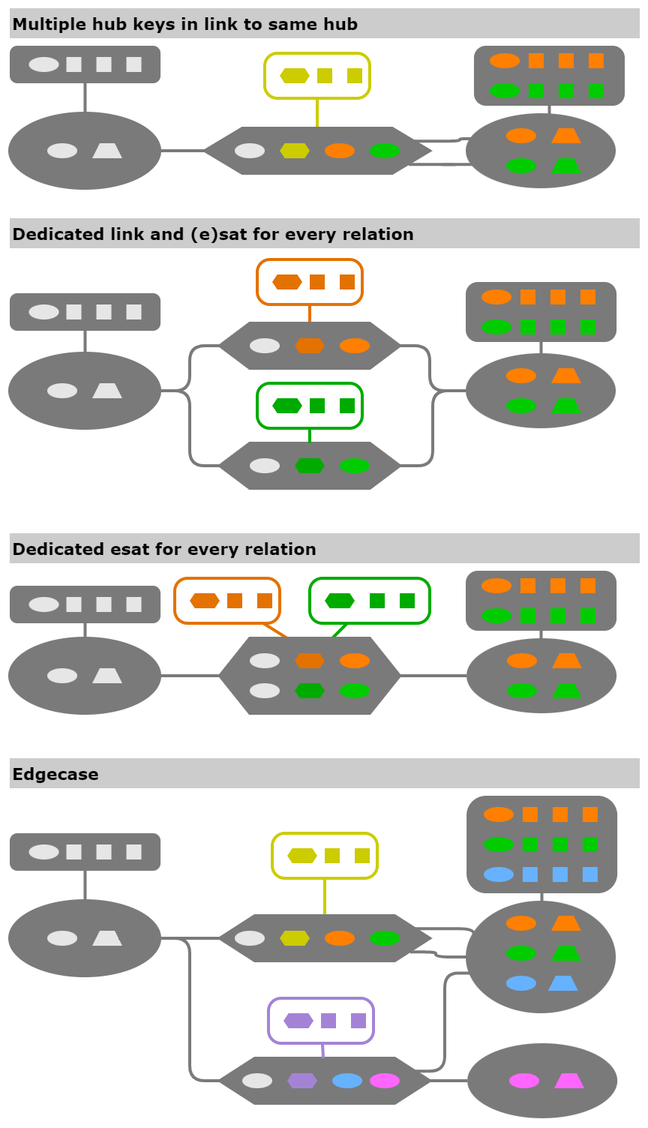
The draw.io diagram documentation/images/mapping_relations/relation_conclusions.png in cimt-ag/data_vault_pipelinedescription, before a commit. Source tidied: cells renumbered, new cells last; positions are measured from the earlier drawing's top-left corner, leaving out a move shared by most shapes.
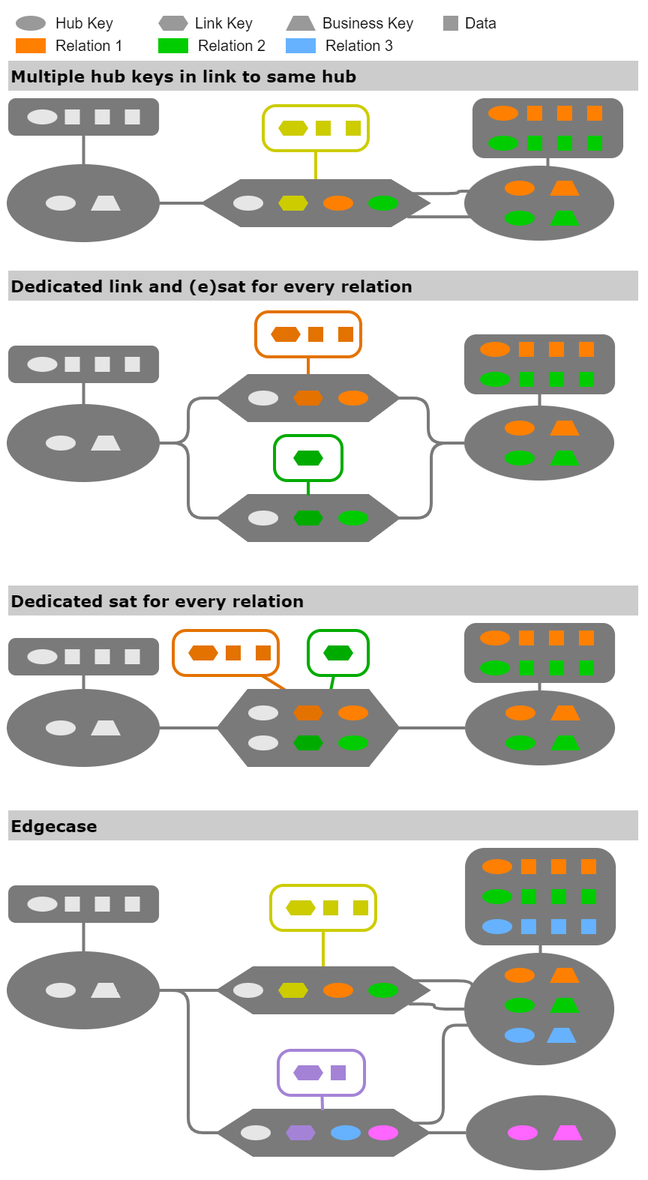
After the change.

Diff of the diagram source:
```diff
@@ -27,12 +27,12 @@
       <mxGeometry relative="1" as="geometry" />
     </mxCell>
     <mxCell id="10" style="rounded=1;whiteSpace=wrap;html=1;strokeColor=#00AB00;fillColor=none;strokeWidth=2;arcSize=28;" parent="1" vertex="1">
-      <mxGeometry x="200" y="380" width="80" height="30" as="geometry" />
+      <mxGeometry x="200" y="380" width="40" height="30" as="geometry" />
     </mxCell>
     <mxCell id="11" style="shape=trapezoid;perimeter=trapezoidPerimeter;whiteSpace=wrap;html=1;fixedSize=1;fillColor=#FF8000;strokeColor=none;rounded=1;strokeWidth=2;arcSize=0;size=5;" parent="1" vertex="1">
       <mxGeometry x="361.5" y="430" width="20" height="10" as="geometry" />
     </mxCell>
-    <mxCell id="12" style="verticalLabelPosition=middle;verticalAlign=middle;html=1;shape=hexagon;perimeter=hexagonPerimeter2;arcSize=0;size=0.16666666666666666;fillColor=#E37200;strokeColor=none;strokeWidth=2;labelPosition=center;align=center;rounded=1;" parent="1" vertex="1">
+    <mxCell id="12" style="verticalLabelPosition=middle;verticalAlign=middle;html=1;shape=hexagon;perimeter=hexagonPerimeter2;arcSize=0;size=0.16666666666666666;fillColor=#E37200;strokeColor=none;strokeWidth=2;labelPosition=center;align=center;rounded=1;gradientColor=none;gradientDirection=west;" parent="1" vertex="1">
       <mxGeometry x="120" y="390" width="20" height="10" as="geometry" />
     </mxCell>
     <mxCell id="13" style="verticalLabelPosition=middle;verticalAlign=middle;html=1;shape=hexagon;perimeter=hexagonPerimeter2;arcSize=0;size=0.16666666666666666;fillColor=#00AB00;strokeColor=none;strokeWidth=2;labelPosition=center;align=center;rounded=1;" parent="1" vertex="1">
@@ -71,7 +71,7 @@
     <mxCell id="24" style="ellipse;whiteSpace=wrap;html=1;fillColor=#FF8000;strokeColor=none;rounded=1;strokeWidth=2;arcSize=28;" parent="1" vertex="1">
       <mxGeometry x="220" y="430" width="20" height="10" as="geometry" />
     </mxCell>
-    <mxCell id="25" style="verticalLabelPosition=middle;verticalAlign=middle;html=1;shape=hexagon;perimeter=hexagonPerimeter2;arcSize=0;size=0.16666666666666666;fillColor=#E37200;strokeColor=none;strokeWidth=2;labelPosition=center;align=center;rounded=1;" parent="1" vertex="1">
+    <mxCell id="25" style="verticalLabelPosition=middle;verticalAlign=middle;html=1;shape=hexagon;perimeter=hexagonPerimeter2;arcSize=0;size=0.16666666666666666;fillColor=#E37200;strokeColor=none;strokeWidth=2;labelPosition=center;align=center;rounded=1;gradientColor=none;gradientDirection=west;" parent="1" vertex="1">
       <mxGeometry x="190" y="430" width="20" height="10" as="geometry" />
     </mxCell>
     <mxCell id="26" style="ellipse;whiteSpace=wrap;html=1;fillColor=#E6E6E6;strokeColor=none;rounded=1;strokeWidth=2;arcSize=28;" parent="1" vertex="1">
@@ -101,16 +101,16 @@
       <mxGeometry relative="1" as="geometry" />
     </mxCell>
     <mxCell id="33" style="rounded=1;whiteSpace=wrap;html=1;strokeColor=#00AB00;fillColor=none;strokeWidth=2;arcSize=28;" parent="1" vertex="1">
-      <mxGeometry x="165" y="250" width="70" height="30" as="geometry" />
+      <mxGeometry x="177.5" y="250" width="45" height="30" as="geometry" />
     </mxCell>
     <mxCell id="34" style="shape=trapezoid;perimeter=trapezoidPerimeter;whiteSpace=wrap;html=1;fixedSize=1;fillColor=#FF8000;strokeColor=none;rounded=1;strokeWidth=2;arcSize=0;size=5;" parent="1" vertex="1">
       <mxGeometry x="360.9" y="240" width="20" height="10" as="geometry" />
     </mxCell>
-    <mxCell id="35" style="verticalLabelPosition=middle;verticalAlign=middle;html=1;shape=hexagon;perimeter=hexagonPerimeter2;arcSize=0;size=0.16666666666666666;fillColor=#E37200;strokeColor=none;strokeWidth=2;labelPosition=center;align=center;rounded=1;" parent="1" vertex="1">
+    <mxCell id="35" style="verticalLabelPosition=middle;verticalAlign=middle;html=1;shape=hexagon;perimeter=hexagonPerimeter2;arcSize=0;size=0.16666666666666666;fillColor=#E37200;strokeColor=none;strokeWidth=2;labelPosition=center;align=center;rounded=0;gradientColor=none;gradientDirection=west;fontSize=11;" parent="1" vertex="1">
       <mxGeometry x="175" y="177.5" width="20" height="10" as="geometry" />
     </mxCell>
     <mxCell id="36" style="verticalLabelPosition=middle;verticalAlign=middle;html=1;shape=hexagon;perimeter=hexagonPerimeter2;arcSize=0;size=0.16666666666666666;fillColor=#00AB00;strokeColor=none;strokeWidth=2;labelPosition=center;align=center;rounded=1;" parent="1" vertex="1">
-      <mxGeometry x="175" y="260" width="20" height="10" as="geometry" />
+      <mxGeometry x="190" y="260" width="20" height="10" as="geometry" />
     </mxCell>
     <mxCell id="37" style="ellipse;whiteSpace=wrap;html=1;fillColor=#FF8000;strokeColor=none;rounded=1;strokeWidth=2;arcSize=28;" parent="1" vertex="1">
       <mxGeometry x="330.9" y="240" width="20" height="10" as="geometry" />
@@ -141,7 +141,7 @@
     <mxCell id="44" style="ellipse;whiteSpace=wrap;html=1;fillColor=#FF8000;strokeColor=none;rounded=1;strokeWidth=2;arcSize=28;" parent="1" vertex="1">
       <mxGeometry x="220" y="220" width="20" height="10" as="geometry" />
     </mxCell>
-    <mxCell id="45" style="verticalLabelPosition=middle;verticalAlign=middle;html=1;shape=hexagon;perimeter=hexagonPerimeter2;arcSize=0;size=0.16666666666666666;fillColor=#E37200;strokeColor=none;strokeWidth=2;labelPosition=center;align=center;rounded=1;" parent="1" vertex="1">
+    <mxCell id="45" style="verticalLabelPosition=middle;verticalAlign=middle;html=1;shape=hexagon;perimeter=hexagonPerimeter2;arcSize=0;size=0.16666666666666666;fillColor=#E37200;strokeColor=none;strokeWidth=2;labelPosition=center;align=center;rounded=1;gradientColor=none;gradientDirection=west;" parent="1" vertex="1">
       <mxGeometry x="190" y="220" width="20" height="10" as="geometry" />
     </mxCell>
     <mxCell id="46" style="ellipse;whiteSpace=wrap;html=1;fillColor=#E6E6E6;strokeColor=none;rounded=1;strokeWidth=2;arcSize=28;" parent="1" vertex="1">
@@ -221,7 +221,7 @@
     <mxCell id="69" style="ellipse;whiteSpace=wrap;html=1;fillColor=#E6E6E6;strokeColor=none;rounded=1;strokeWidth=2;arcSize=28;" parent="1" vertex="1">
       <mxGeometry x="150" y="90" width="20" height="10" as="geometry" />
     </mxCell>
-    <mxCell id="70" value="Dedicated esat for every relation" style="rounded=0;whiteSpace=wrap;html=1;fontFamily=Verdana;fontSize=11;fontColor=default;fontStyle=1;align=left;fillColor=#CCCCCC;strokeColor=none;" parent="1" vertex="1">
+    <mxCell id="70" value="Dedicated sat for every relation" style="rounded=0;whiteSpace=wrap;html=1;fontFamily=Verdana;fontSize=11;fontColor=default;fontStyle=1;align=left;fillColor=#CCCCCC;strokeColor=none;" parent="1" vertex="1">
       <mxGeometry y="350" width="420" height="20" as="geometry" />
     </mxCell>
     <mxCell id="71" value="Dedicated link and (e)sat for every relation" style="rounded=0;whiteSpace=wrap;html=1;fontFamily=Verdana;fontSize=11;fontColor=default;fontStyle=1;align=left;fillColor=#CCCCCC;strokeColor=none;" parent="1" vertex="1">
@@ -272,12 +272,6 @@
     <mxCell id="86" style="rounded=0;whiteSpace=wrap;html=1;fontFamily=Helvetica;fontSize=11;fontColor=default;strokeColor=none;fillColor=#E37200;" parent="1" vertex="1">
       <mxGeometry x="220" y="177.5" width="10" height="10" as="geometry" />
     </mxCell>
-    <mxCell id="87" style="rounded=0;whiteSpace=wrap;html=1;fontFamily=Helvetica;fontSize=11;fontColor=default;strokeColor=none;fillColor=#00AB00;" parent="1" vertex="1">
-      <mxGeometry x="200" y="260" width="10" height="10" as="geometry" />
-    </mxCell>
-    <mxCell id="88" style="rounded=0;whiteSpace=wrap;html=1;fontFamily=Helvetica;fontSize=11;fontColor=default;strokeColor=none;fillColor=#00AB00;" parent="1" vertex="1">
-      <mxGeometry x="220" y="260" width="10" height="10" as="geometry" />
-    </mxCell>
     <mxCell id="89" style="rounded=0;whiteSpace=wrap;html=1;fontFamily=Helvetica;fontSize=11;fontColor=default;strokeColor=none;fillColor=#E37200;" parent="1" vertex="1">
       <mxGeometry x="165" y="390" width="10" height="10" as="geometry" />
     </mxCell>
@@ -398,12 +392,6 @@
     <mxCell id="128" style="rounded=0;whiteSpace=wrap;html=1;fontFamily=Helvetica;fontSize=11;fontColor=default;strokeColor=none;fillColor=#E6E6E6;" parent="1" vertex="1">
       <mxGeometry x="37.8" y="392.5" width="10" height="10" as="geometry" />
     </mxCell>
-    <mxCell id="129" style="rounded=0;whiteSpace=wrap;html=1;fontFamily=Helvetica;fontSize=11;fontColor=default;strokeColor=none;fillColor=#00AB00;" parent="1" vertex="1">
-      <mxGeometry x="240" y="390" width="10" height="10" as="geometry" />
-    </mxCell>
-    <mxCell id="130" style="rounded=0;whiteSpace=wrap;html=1;fontFamily=Helvetica;fontSize=11;fontColor=default;strokeColor=none;fillColor=#00AB00;" parent="1" vertex="1">
-      <mxGeometry x="260" y="390" width="10" height="10" as="geometry" />
-    </mxCell>
     <mxCell id="131" value="Edgecase" style="rounded=0;whiteSpace=wrap;html=1;fontFamily=Verdana;fontSize=11;fontColor=default;fontStyle=1;align=left;fillColor=#CCCCCC;strokeColor=none;" parent="1" vertex="1">
       <mxGeometry y="500" width="420" height="20" as="geometry" />
     </mxCell>
@@ -431,7 +419,7 @@
     <mxCell id="139" style="shape=trapezoid;perimeter=trapezoidPerimeter;whiteSpace=wrap;html=1;fixedSize=1;fillColor=#FF8000;strokeColor=none;rounded=1;strokeWidth=2;arcSize=0;size=5;" parent="1" vertex="1">
       <mxGeometry x="360.9" y="605" width="20" height="10" as="geometry" />
     </mxCell>
-    <mxCell id="140" style="verticalLabelPosition=middle;verticalAlign=middle;html=1;shape=hexagon;perimeter=hexagonPerimeter2;arcSize=0;size=0.16666666666666666;fillColor=#CCCC00;strokeColor=none;strokeWidth=2;labelPosition=center;align=center;rounded=1;" parent="1" vertex="1">
+    <mxCell id="140" style="verticalLabelPosition=middle;verticalAlign=middle;html=1;shape=hexagon;perimeter=hexagonPerimeter2;arcSize=0;size=0.16666666666666666;fillColor=#CCCC00;strokeColor=none;strokeWidth=2;labelPosition=center;align=center;rounded=1;gradientColor=none;gradientDirection=west;" parent="1" vertex="1">
       <mxGeometry x="185" y="560" width="20" height="10" as="geometry" />
     </mxCell>
     <mxCell id="141" style="ellipse;whiteSpace=wrap;html=1;fillColor=#FF8000;strokeColor=none;rounded=1;strokeWidth=2;arcSize=28;" parent="1" vertex="1">
@@ -461,7 +449,7 @@
     <mxCell id="149" style="ellipse;whiteSpace=wrap;html=1;fillColor=#FF8000;strokeColor=none;rounded=1;strokeWidth=2;arcSize=28;" parent="1" vertex="1">
       <mxGeometry x="210" y="615" width="20" height="10" as="geometry" />
     </mxCell>
-    <mxCell id="150" style="verticalLabelPosition=middle;verticalAlign=middle;html=1;shape=hexagon;perimeter=hexagonPerimeter2;arcSize=0;size=0.16666666666666666;fillColor=#CCCC00;strokeColor=none;strokeWidth=2;labelPosition=center;align=center;rounded=1;" parent="1" vertex="1">
+    <mxCell id="150" style="verticalLabelPosition=middle;verticalAlign=middle;html=1;shape=hexagon;perimeter=hexagonPerimeter2;arcSize=0;size=0.16666666666666666;fillColor=#CCCC00;strokeColor=none;strokeWidth=2;labelPosition=center;align=center;rounded=1;gradientColor=none;gradientDirection=west;" parent="1" vertex="1">
       <mxGeometry x="180" y="615" width="20" height="10" as="geometry" />
     </mxCell>
     <mxCell id="151" style="edgeStyle=orthogonalEdgeStyle;shape=connector;rounded=1;jumpStyle=none;jettySize=auto;html=1;labelBackgroundColor=default;strokeColor=#7A7A7A;strokeWidth=2;fontFamily=Helvetica;fontSize=11;fontColor=default;endArrow=none;endFill=0;" parent="1" edge="1" source="152" target="145">
@@ -569,10 +557,10 @@
       <mxGeometry relative="1" as="geometry" />
     </mxCell>
     <mxCell id="184" style="rounded=1;whiteSpace=wrap;html=1;strokeColor=#A483D6;fillColor=none;strokeWidth=2;arcSize=28;" parent="1" vertex="1">
-      <mxGeometry x="172.5" y="660" width="70" height="30" as="geometry" />
+      <mxGeometry x="180" y="660" width="57.5" height="30" as="geometry" />
     </mxCell>
     <mxCell id="185" style="verticalLabelPosition=middle;verticalAlign=middle;html=1;shape=hexagon;perimeter=hexagonPerimeter2;arcSize=0;size=0.16666666666666666;fillColor=#A483D6;strokeColor=none;strokeWidth=2;labelPosition=center;align=center;rounded=1;" parent="1" vertex="1">
-      <mxGeometry x="182.5" y="670" width="20" height="10" as="geometry" />
+      <mxGeometry x="190" y="670" width="20" height="10" as="geometry" />
     </mxCell>
     <mxCell id="186" style="ellipse;whiteSpace=wrap;html=1;fillColor=#66B2FF;strokeColor=none;rounded=1;strokeWidth=2;arcSize=28;" parent="1" vertex="1">
       <mxGeometry x="215" y="710" width="20" height="10" as="geometry" />
@@ -584,13 +572,52 @@
       <mxGeometry x="155" y="710" width="20" height="10" as="geometry" />
     </mxCell>
     <mxCell id="189" style="rounded=0;whiteSpace=wrap;html=1;fontFamily=Helvetica;fontSize=11;fontColor=default;strokeColor=none;fillColor=#A483D6;" parent="1" vertex="1">
-      <mxGeometry x="207.5" y="670" width="10" height="10" as="geometry" />
+      <mxGeometry x="215" y="670" width="10" height="10" as="geometry" />
     </mxCell>
-    <mxCell id="190" style="rounded=0;whiteSpace=wrap;html=1;fontFamily=Helvetica;fontSize=11;fontColor=default;strokeColor=none;fillColor=#A483D6;" parent="1" vertex="1">
-      <mxGeometry x="227.5" y="670" width="10" height="10" as="geometry" />
-    </mxCell>
     <mxCell id="191" style="ellipse;whiteSpace=wrap;html=1;fillColor=#FF66FF;strokeColor=none;rounded=1;strokeWidth=2;arcSize=28;" parent="1" vertex="1">
       <mxGeometry x="240" y="710" width="20" height="10" as="geometry" />
     </mxCell>
+    <mxCell id="192" style="ellipse;whiteSpace=wrap;html=1;fillColor=#999999;strokeColor=none;rounded=1;strokeWidth=2;arcSize=28;" parent="1" vertex="1">
+      <mxGeometry x="5" y="-30" width="20" height="10" as="geometry" />
+    </mxCell>
+    <mxCell id="193" value="Hub Key" style="text;html=1;strokeColor=none;fillColor=none;align=left;verticalAlign=middle;whiteSpace=wrap;rounded=0;fontSize=10;" parent="1" vertex="1">
+      <mxGeometry x="30" y="-35" width="55" height="20" as="geometry" />
+    </mxCell>
+    <mxCell id="194" style="verticalLabelPosition=middle;verticalAlign=middle;html=1;shape=hexagon;perimeter=hexagonPerimeter2;arcSize=0;size=0.16666666666666666;fillColor=#999999;strokeColor=none;strokeWidth=2;labelPosition=center;align=center;rounded=1;" parent="1" vertex="1">
+      <mxGeometry x="100" y="-30" width="20" height="10" as="geometry" />
+    </mxCell>
+    <mxCell id="195" style="shape=trapezoid;perimeter=trapezoidPerimeter;whiteSpace=wrap;html=1;fixedSize=1;fillColor=#999999;strokeColor=none;rounded=1;strokeWidth=2;arcSize=0;size=5;" parent="1" vertex="1">
+      <mxGeometry x="185" y="-30" width="20" height="10" as="geometry" />
+    </mxCell>
+    <mxCell id="196" style="rounded=0;whiteSpace=wrap;html=1;fontFamily=Helvetica;fontSize=11;fontColor=default;strokeColor=none;fillColor=#999999;" parent="1" vertex="1">
+      <mxGeometry x="290" y="-30" width="10" height="10" as="geometry" />
+    </mxCell>
+    <mxCell id="197" value="Link Key" style="text;html=1;strokeColor=none;fillColor=none;align=left;verticalAlign=middle;whiteSpace=wrap;rounded=0;fontSize=10;" parent="1" vertex="1">
+      <mxGeometry x="122.5" y="-35" width="55" height="20" as="geometry" />
+    </mxCell>
+    <mxCell id="198" value="Business Key" style="text;html=1;strokeColor=none;fillColor=none;align=left;verticalAlign=middle;whiteSpace=wrap;rounded=0;fontSize=10;" parent="1" vertex="1">
+      <mxGeometry x="207.5" y="-35" width="72.5" height="20" as="geometry" />
+    </mxCell>
+    <mxCell id="199" value="Data" style="text;html=1;strokeColor=none;fillColor=none;align=left;verticalAlign=middle;whiteSpace=wrap;rounded=0;fontSize=10;" parent="1" vertex="1">
+      <mxGeometry x="303.4" y="-35" width="72.5" height="20" as="geometry" />
+    </mxCell>
+    <mxCell id="200" style="rounded=0;whiteSpace=wrap;html=1;fontFamily=Helvetica;fontSize=11;fontColor=default;strokeColor=none;fillColor=#FF8000;" parent="1" vertex="1">
+      <mxGeometry x="5" y="-15" width="20" height="10" as="geometry" />
+    </mxCell>
+    <mxCell id="201" value="Relation 1" style="text;html=1;strokeColor=none;fillColor=none;align=left;verticalAlign=middle;whiteSpace=wrap;rounded=0;fontSize=10;" parent="1" vertex="1">
+      <mxGeometry x="30" y="-20" width="55" height="20" as="geometry" />
+    </mxCell>
+    <mxCell id="202" value="Relation 2" style="text;html=1;strokeColor=none;fillColor=none;align=left;verticalAlign=middle;whiteSpace=wrap;rounded=0;fontSize=10;" parent="1" vertex="1">
+      <mxGeometry x="125" y="-20" width="55" height="20" as="geometry" />
+    </mxCell>
+    <mxCell id="203" style="rounded=0;whiteSpace=wrap;html=1;fontFamily=Helvetica;fontSize=11;fontColor=default;strokeColor=none;fillColor=#00CC00;" parent="1" vertex="1">
+      <mxGeometry x="100" y="-15" width="20" height="10" as="geometry" />
+    </mxCell>
+    <mxCell id="204" style="rounded=0;whiteSpace=wrap;html=1;fontFamily=Helvetica;fontSize=11;fontColor=default;strokeColor=none;fillColor=#66B2FF;" parent="1" vertex="1">
+      <mxGeometry x="185" y="-15" width="20" height="10" as="geometry" />
+    </mxCell>
+    <mxCell id="205" value="Relation 3" style="text;html=1;strokeColor=none;fillColor=none;align=left;verticalAlign=middle;whiteSpace=wrap;rounded=0;fontSize=10;" parent="1" vertex="1">
+      <mxGeometry x="210" y="-20" width="55" height="20" as="geometry" />
+    </mxCell>
   </root>
 </mxGraphModel>
```
